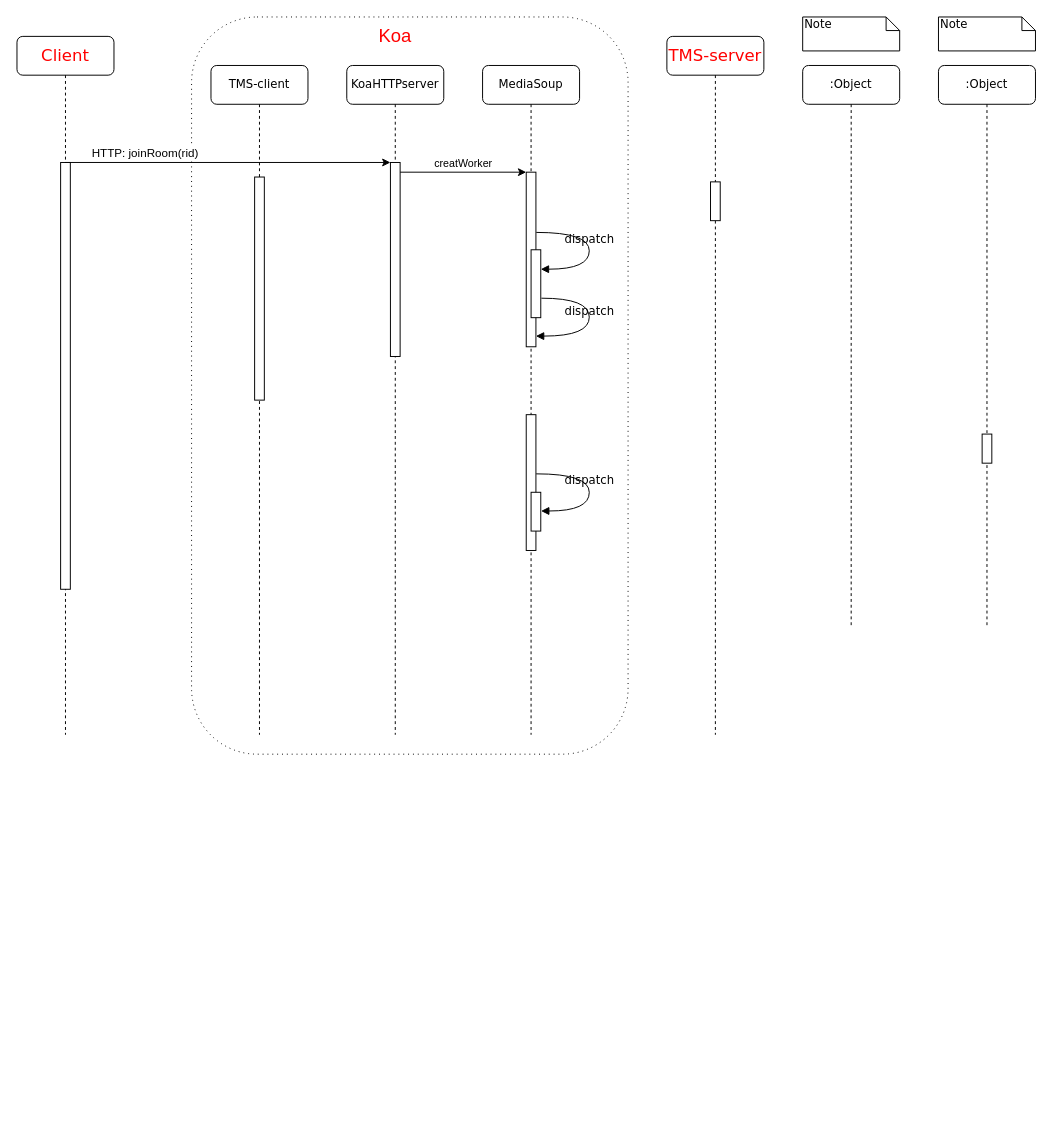
This is meet_Sequence.drawio from xuez10/Sequence-Diagram, a draw.io file, before an edit. Source tidied: cells renumbered, new cells numbered last; positions are measured from the earlier drawing's top-left corner, leaving out a move shared by most shapes. Both pictures are drawn from the tidied source at 97%, with x=0, y=0 at pixel (16, 16).
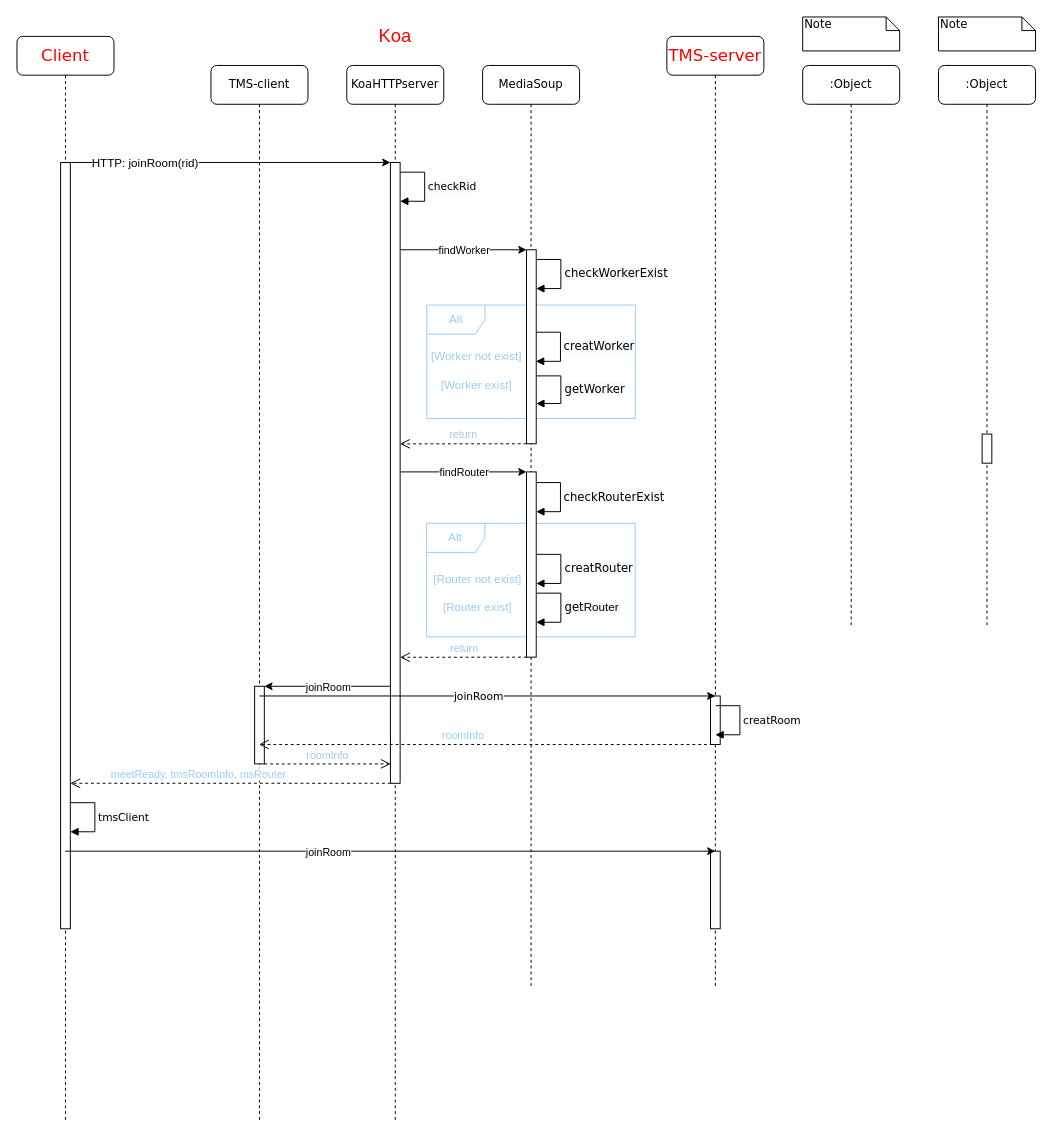
After the change.

Change to the diagram source:
```diff
@@
-    <mxCell id="2" style="rounded=1;whiteSpace=wrap;html=1;dashed=1;dashPattern=1 4;fillColor=none;" parent="1" vertex="1">
-      <mxGeometry x="180" width="450" height="760" as="geometry" />
-    </mxCell>
+    <mxCell id="29" value="Alt" style="shape=umlFrame;whiteSpace=wrap;html=1;rounded=1;fillColor=none;fontColor=#99CCFF;strokeColor=#99CCFF;" parent="1" vertex="1">
+      <mxGeometry x="422.5" y="297" width="215" height="117" as="geometry" />
+    </mxCell>
     <mxCell id="3" value="TMS-client" style="shape=umlLifeline;perimeter=lifelinePerimeter;whiteSpace=wrap;html=1;outlineConnect=0;rounded=1;shadow=0;comic=0;labelBackgroundColor=none;strokeWidth=1;fontFamily=Verdana;fontSize=12;align=center;" parent="1" vertex="1">
-      <mxGeometry x="200" y="50" width="100" height="690" as="geometry" />
+      <mxGeometry x="200" y="50" width="100" height="1090" as="geometry" />
     </mxCell>
     <mxCell id="4" style="html=1;perimeter=orthogonalPerimeter;rounded=0;shadow=0;comic=0;labelBackgroundColor=none;strokeWidth=1;fontFamily=Verdana;fontSize=12;align=center;" parent="3" vertex="1">
-      <mxGeometry x="45" y="115" width="10" height="230" as="geometry" />
+      <mxGeometry x="45" y="640" width="10" height="80" as="geometry" />
     </mxCell>
     <mxCell id="5" value="KoaHTTPserver" style="shape=umlLifeline;perimeter=lifelinePerimeter;whiteSpace=wrap;html=1;rounded=1;shadow=0;comic=0;labelBackgroundColor=none;strokeWidth=1;fontFamily=Verdana;fontSize=12;align=center;" parent="1" vertex="1">
-      <mxGeometry x="340" y="50" width="100" height="690" as="geometry" />
+      <mxGeometry x="340" y="50" width="100" height="1090" as="geometry" />
     </mxCell>
     <mxCell id="6" style="html=1;points=[];perimeter=orthogonalPerimeter;rounded=0;shadow=0;comic=0;labelBackgroundColor=none;strokeWidth=1;fontFamily=Verdana;fontSize=12;align=center;" parent="5" vertex="1">
-      <mxGeometry x="45" y="100" width="10" height="200" as="geometry" />
+      <mxGeometry x="45" y="100" width="10" height="640" as="geometry" />
     </mxCell>
     <mxCell id="7" value="MediaSoup" style="shape=umlLifeline;perimeter=lifelinePerimeter;whiteSpace=wrap;html=1;rounded=1;shadow=0;comic=0;labelBackgroundColor=none;strokeWidth=1;fontFamily=Verdana;fontSize=12;align=center;" parent="1" vertex="1">
-      <mxGeometry x="480" y="50" width="100" height="690" as="geometry" />
+      <mxGeometry x="480" y="50" width="100" height="950" as="geometry" />
     </mxCell>
     <mxCell id="8" value="TMS-server" style="shape=umlLifeline;perimeter=lifelinePerimeter;whiteSpace=wrap;html=1;rounded=1;shadow=0;comic=0;labelBackgroundColor=none;strokeWidth=1;fontFamily=Verdana;fontSize=17;align=center;fontColor=#FF0000;" parent="1" vertex="1">
-      <mxGeometry x="670" y="20" width="100" height="720" as="geometry" />
+      <mxGeometry x="670" y="20" width="100" height="980" as="geometry" />
     </mxCell>
+    <mxCell id="14" style="html=1;perimeter=orthogonalPerimeter;rounded=0;shadow=0;comic=0;labelBackgroundColor=none;strokeWidth=1;fontFamily=Verdana;fontSize=12;align=center;" parent="8" vertex="1">
+      <mxGeometry x="45" y="840" width="10" height="80" as="geometry" />
+    </mxCell>
+    <mxCell id="30" style="html=1;perimeter=orthogonalPerimeter;rounded=0;shadow=0;comic=0;labelBackgroundColor=none;strokeWidth=1;fontFamily=Verdana;fontSize=12;align=center;" parent="8" vertex="1">
+      <mxGeometry x="45" y="680" width="10" height="50" as="geometry" />
+    </mxCell>
@@
     <mxCell id="11" value="Client" style="shape=umlLifeline;perimeter=lifelinePerimeter;whiteSpace=wrap;html=1;outlineConnect=0;rounded=1;shadow=0;comic=0;labelBackgroundColor=none;strokeWidth=1;fontFamily=Verdana;fontSize=17;align=center;fontColor=#FF0000;" parent="1" vertex="1">
-      <mxGeometry y="20" width="100" height="720" as="geometry" />
+      <mxGeometry y="20" width="100" height="1120" as="geometry" />
     </mxCell>
     <mxCell id="12" style="html=1;perimeter=orthogonalPerimeter;rounded=0;shadow=0;comic=0;labelBackgroundColor=none;strokeWidth=1;fontFamily=Verdana;fontSize=12;align=center;" parent="11" vertex="1">
-      <mxGeometry x="45" y="130" width="10" height="440" as="geometry" />
+      <mxGeometry x="45" y="130" width="10" height="790" as="geometry" />
     </mxCell>
     <mxCell id="13" style="html=1;points=[];perimeter=orthogonalPerimeter;rounded=0;shadow=0;comic=0;labelBackgroundColor=none;strokeWidth=1;fontFamily=Verdana;fontSize=12;align=center;" parent="1" vertex="1">
-      <mxGeometry x="525" y="160" width="10" height="180" as="geometry" />
+      <mxGeometry x="525.3" y="240" width="10" height="200" as="geometry" />
     </mxCell>
-    <mxCell id="14" style="html=1;perimeter=orthogonalPerimeter;rounded=0;shadow=0;comic=0;labelBackgroundColor=none;strokeWidth=1;fontFamily=Verdana;fontSize=12;align=center;" parent="1" vertex="1">
-      <mxGeometry x="715" y="170" width="10" height="40" as="geometry" />
-    </mxCell>
-    <mxCell id="15" style="html=1;perimeter=orthogonalPerimeter;rounded=0;shadow=0;comic=0;labelBackgroundColor=none;strokeWidth=1;fontFamily=Verdana;fontSize=12;align=center;" parent="1" vertex="1">
-      <mxGeometry x="525" y="410" width="10" height="140" as="geometry" />
-    </mxCell>
@@
-    <mxCell id="17" style="html=1;points=[];perimeter=orthogonalPerimeter;rounded=0;shadow=0;comic=0;labelBackgroundColor=none;strokeWidth=1;fontFamily=Verdana;fontSize=12;align=center;" parent="1" vertex="1">
-      <mxGeometry x="530" y="240" width="10" height="70" as="geometry" />
-    </mxCell>
-    <mxCell id="18" value="dispatch" style="html=1;verticalAlign=bottom;endArrow=block;labelBackgroundColor=none;fontFamily=Verdana;fontSize=12;elbow=vertical;edgeStyle=orthogonalEdgeStyle;curved=1;entryX=1;entryY=0.286;entryPerimeter=0;exitX=1.038;exitY=0.345;exitPerimeter=0;" parent="1" edge="1" source="13" target="17">
-      <mxGeometry relative="1" as="geometry">
-        <Array as="points">
-          <mxPoint x="590" y="222" />
-          <mxPoint x="590" y="260" />
-        </Array>
-      </mxGeometry>
-    </mxCell>
-    <mxCell id="19" value="dispatch" style="html=1;verticalAlign=bottom;endArrow=block;labelBackgroundColor=none;fontFamily=Verdana;fontSize=12;elbow=vertical;edgeStyle=orthogonalEdgeStyle;curved=1;exitX=1.066;exitY=0.713;exitPerimeter=0;" parent="1" edge="1" source="17">
-      <mxGeometry relative="1" as="geometry">
-        <mxPoint x="535" y="329" as="targetPoint" />
-        <Array as="points">
-          <mxPoint x="590" y="290" />
-          <mxPoint x="590" y="329" />
-        </Array>
-      </mxGeometry>
-    </mxCell>
-    <mxCell id="20" style="html=1;perimeter=orthogonalPerimeter;rounded=0;shadow=0;comic=0;labelBackgroundColor=none;strokeWidth=1;fontFamily=Verdana;fontSize=12;align=center;" parent="1" vertex="1">
-      <mxGeometry x="530" y="490" width="10" height="40" as="geometry" />
-    </mxCell>
-    <mxCell id="21" value="dispatch" style="html=1;verticalAlign=bottom;endArrow=block;labelBackgroundColor=none;fontFamily=Verdana;fontSize=12;elbow=vertical;edgeStyle=orthogonalEdgeStyle;curved=1;entryX=1;entryY=0.286;entryPerimeter=0;exitX=1.038;exitY=0.345;exitPerimeter=0;" parent="1" edge="1">
-      <mxGeometry relative="1" as="geometry">
-        <mxPoint x="535.3" y="471" as="sourcePoint" />
-        <mxPoint x="540.3" y="509.3" as="targetPoint" />
-        <Array as="points">
-          <mxPoint x="590" y="471" />
-          <mxPoint x="590" y="509" />
-        </Array>
-      </mxGeometry>
-    </mxCell>
@@
-    <mxCell id="25" style="endArrow=classic;html=1;fontSize=17;fontColor=#FF0000;entryX=0;entryY=0;entryDx=0;entryDy=0;entryPerimeter=0;" parent="1" edge="1" source="11" target="6">
-      <mxGeometry relative="1" as="geometry" />
+    <mxCell id="25" style="endArrow=classic;html=1;fontSize=17;fontColor=#FF0000;entryX=0;entryY=0;entryDx=0;entryDy=0;entryPerimeter=0;" parent="1" edge="1">
+      <mxGeometry relative="1" as="geometry">
+        <mxPoint x="49.7" y="150" as="sourcePoint" />
+        <mxPoint x="385" y="150" as="targetPoint" />
+      </mxGeometry>
     </mxCell>
     <mxCell id="26" value="HTTP: joinRoom(rid)" style="edgeLabel;html=1;align=center;verticalAlign=middle;fontSize=12;" parent="25" vertex="1">
       <mxGeometry x="-0.06" relative="1" as="geometry">
-        <mxPoint x="-76.3" y="-10" as="offset" />
+        <mxPoint x="-76.3" as="offset" />
       </mxGeometry>
     </mxCell>
-    <mxCell id="27" style="endArrow=classic;html=1;entryX=0;entryY=0;entryDx=0;entryDy=0;entryPerimeter=0;" parent="1" edge="1" source="6" target="13">
-      <mxGeometry relative="1" as="geometry" />
+    <mxCell id="27" style="endArrow=classic;html=1;entryX=0;entryY=0;entryDx=0;entryDy=0;entryPerimeter=0;" parent="1" edge="1" target="13">
+      <mxGeometry relative="1" as="geometry">
+        <mxPoint x="395.3" y="240" as="sourcePoint" />
+      </mxGeometry>
     </mxCell>
-    <mxCell id="28" value="creatWorker" style="edgeLabel;html=1;align=center;verticalAlign=middle;" parent="27" vertex="1">
+    <mxCell id="28" value="findWorker" style="edgeLabel;html=1;align=center;verticalAlign=middle;" parent="27" vertex="1">
       <mxGeometry x="-0.24" y="-1" relative="1" as="geometry">
-        <mxPoint x="15.8" y="-11" as="offset" />
+        <mxPoint x="16" y="-1" as="offset" />
       </mxGeometry>
     </mxCell>
+    <mxCell id="31" value="return" style="html=1;verticalAlign=bottom;endArrow=open;dashed=1;endSize=8;fontColor=#99CCFF;entryX=0.967;entryY=0.947;entryDx=0;entryDy=0;entryPerimeter=0;" parent="1" edge="1">
+      <mxGeometry relative="1" as="geometry">
+        <mxPoint x="525.3" y="440" as="sourcePoint" />
+        <mxPoint x="395" y="440.1" as="targetPoint" />
+      </mxGeometry>
+    </mxCell>
+    <mxCell id="32" value="Alt" style="shape=umlFrame;whiteSpace=wrap;html=1;rounded=1;fillColor=none;fontColor=#99CCFF;strokeColor=#99CCFF;" parent="1" vertex="1">
+      <mxGeometry x="422.3" y="522" width="215" height="117" as="geometry" />
+    </mxCell>
+    <mxCell id="33" value="[Router not exist]" style="text;html=1;strokeColor=none;fillColor=none;align=center;verticalAlign=middle;whiteSpace=wrap;rounded=0;dashed=1;dashPattern=1 4;fontColor=#99CCFF;" parent="1" vertex="1">
+      <mxGeometry x="425.3" y="570" width="99.7" height="20" as="geometry" />
+    </mxCell>
+    <mxCell id="34" value="[Router exist]" style="text;html=1;strokeColor=none;fillColor=none;align=center;verticalAlign=middle;whiteSpace=wrap;rounded=0;dashed=1;dashPattern=1 4;fontColor=#99CCFF;" parent="1" vertex="1">
+      <mxGeometry x="425.3" y="599" width="100" height="20" as="geometry" />
+    </mxCell>
+    <mxCell id="35" style="html=1;perimeter=orthogonalPerimeter;rounded=0;shadow=0;comic=0;labelBackgroundColor=none;strokeWidth=1;fontFamily=Verdana;fontSize=12;align=center;" parent="1" vertex="1">
+      <mxGeometry x="525.3" y="469" width="10" height="191" as="geometry" />
+    </mxCell>
+    <mxCell id="36" value="return" style="html=1;verticalAlign=bottom;endArrow=open;dashed=1;endSize=8;fontColor=#99CCFF;entryX=0.967;entryY=0.947;entryDx=0;entryDy=0;entryPerimeter=0;" parent="1" edge="1">
+      <mxGeometry relative="1" as="geometry">
+        <mxPoint x="525.5" y="660" as="sourcePoint" />
+        <mxPoint x="395.1" y="660.1" as="targetPoint" />
+      </mxGeometry>
+    </mxCell>
+    <mxCell id="37" value="&lt;span style=&quot;color: rgb(0 , 0 , 0) ; font-family: &amp;#34;verdana&amp;#34; ; font-size: 12px ; text-align: center ; background-color: rgb(248 , 249 , 250)&quot;&gt;checkWorkerExist&lt;/span&gt;" style="edgeStyle=orthogonalEdgeStyle;html=1;align=left;spacingLeft=2;endArrow=block;rounded=0;fontColor=#99CCFF;" parent="1" edge="1">
+      <mxGeometry relative="1" as="geometry">
+        <mxPoint x="535.7" y="250" as="sourcePoint" />
+        <mxPoint x="535.3" y="280" as="targetPoint" />
+        <Array as="points">
+          <mxPoint x="560.7" y="250" />
+        </Array>
+      </mxGeometry>
+    </mxCell>
+    <mxCell id="38" value="&lt;span style=&quot;color: rgb(0 , 0 , 0) ; font-family: &amp;#34;verdana&amp;#34; ; font-size: 12px ; text-align: center ; background-color: rgb(248 , 249 , 250)&quot;&gt;checkRouterExist&lt;/span&gt;" style="edgeStyle=orthogonalEdgeStyle;html=1;align=left;spacingLeft=2;endArrow=block;rounded=0;fontColor=#99CCFF;" parent="1" edge="1">
+      <mxGeometry relative="1" as="geometry">
+        <mxPoint x="535.3" y="480" as="sourcePoint" />
+        <mxPoint x="535.3" y="510" as="targetPoint" />
+        <Array as="points">
+          <mxPoint x="560.3" y="480" />
+        </Array>
+      </mxGeometry>
+    </mxCell>
+    <mxCell id="39" value="&lt;span style=&quot;color: rgb(0 , 0 , 0) ; font-family: &amp;#34;verdana&amp;#34; ; font-size: 12px ; text-align: center ; background-color: rgb(248 , 249 , 250)&quot;&gt;creatRouter&lt;/span&gt;" style="edgeStyle=orthogonalEdgeStyle;html=1;align=left;spacingLeft=2;endArrow=block;rounded=0;fontColor=#99CCFF;" parent="1" edge="1">
+      <mxGeometry relative="1" as="geometry">
+        <mxPoint x="535.7" y="554" as="sourcePoint" />
+        <mxPoint x="535.3" y="584" as="targetPoint" />
+        <Array as="points">
+          <mxPoint x="560.7" y="554" />
+        </Array>
+      </mxGeometry>
+    </mxCell>
+    <mxCell id="40" value="&lt;span style=&quot;color: rgb(0 , 0 , 0) ; font-family: &amp;#34;verdana&amp;#34; ; font-size: 12px ; text-align: center ; background-color: rgb(248 , 249 , 250)&quot;&gt;get&lt;/span&gt;&lt;span style=&quot;color: rgb(0 , 0 , 0) ; font-size: 12px ; text-align: center ; background-color: rgb(248 , 249 , 250) ; font-family: &amp;#34;helvetica&amp;#34;&quot;&gt;Router&lt;/span&gt;" style="edgeStyle=orthogonalEdgeStyle;html=1;align=left;spacingLeft=2;endArrow=block;rounded=0;fontColor=#99CCFF;" parent="1" edge="1">
+      <mxGeometry relative="1" as="geometry">
+        <mxPoint x="535.7" y="594" as="sourcePoint" />
+        <mxPoint x="535.3" y="624" as="targetPoint" />
+        <Array as="points">
+          <mxPoint x="560.7" y="594" />
+        </Array>
+      </mxGeometry>
+    </mxCell>
+    <mxCell id="41" value="&lt;span style=&quot;color: rgb(0 , 0 , 0) ; font-family: &amp;#34;verdana&amp;#34; ; font-size: 12px ; text-align: center ; background-color: rgb(248 , 249 , 250)&quot;&gt;creatWorker&lt;/span&gt;" style="edgeStyle=orthogonalEdgeStyle;html=1;align=left;spacingLeft=2;endArrow=block;rounded=0;fontColor=#99CCFF;" parent="1" edge="1">
+      <mxGeometry relative="1" as="geometry">
+        <mxPoint x="535.3" y="325" as="sourcePoint" />
+        <mxPoint x="535" y="355" as="targetPoint" />
+        <Array as="points">
+          <mxPoint x="560.3" y="325" />
+        </Array>
+      </mxGeometry>
+    </mxCell>
+    <mxCell id="42" value="[Worker not exist]" style="text;html=1;strokeColor=none;fillColor=none;align=center;verticalAlign=middle;whiteSpace=wrap;rounded=0;dashed=1;dashPattern=1 4;fontColor=#99CCFF;" parent="1" vertex="1">
+      <mxGeometry x="425.3" y="340" width="97.5" height="20" as="geometry" />
+    </mxCell>
+    <mxCell id="43" value="[Worker exist]" style="text;html=1;strokeColor=none;fillColor=none;align=center;verticalAlign=middle;whiteSpace=wrap;rounded=0;dashed=1;dashPattern=1 4;fontColor=#99CCFF;" parent="1" vertex="1">
+      <mxGeometry x="424.1" y="370" width="100" height="20" as="geometry" />
+    </mxCell>
+    <mxCell id="44" value="&lt;span style=&quot;color: rgb(0 , 0 , 0) ; font-family: &amp;#34;verdana&amp;#34; ; font-size: 12px ; text-align: center ; background-color: rgb(248 , 249 , 250)&quot;&gt;getWorker&lt;/span&gt;" style="edgeStyle=orthogonalEdgeStyle;html=1;align=left;spacingLeft=2;endArrow=block;rounded=0;fontColor=#99CCFF;" parent="1" edge="1">
+      <mxGeometry relative="1" as="geometry">
+        <mxPoint x="535.7" y="370" as="sourcePoint" />
+        <mxPoint x="535.3" y="398.5" as="targetPoint" />
+        <Array as="points">
+          <mxPoint x="560.7" y="370" />
+        </Array>
+      </mxGeometry>
+    </mxCell>
+    <mxCell id="45" value="&lt;div style=&quot;text-align: center&quot;&gt;&lt;font color=&quot;#000000&quot; face=&quot;verdana&quot;&gt;&lt;span style=&quot;background-color: rgb(248 , 249 , 250)&quot;&gt;checkRid&lt;/span&gt;&lt;/font&gt;&lt;/div&gt;" style="edgeStyle=orthogonalEdgeStyle;html=1;align=left;spacingLeft=2;endArrow=block;rounded=0;fontColor=#99CCFF;" parent="1" edge="1">
+      <mxGeometry relative="1" as="geometry">
+        <mxPoint x="395.3" y="160" as="sourcePoint" />
+        <mxPoint x="395" y="190" as="targetPoint" />
+        <Array as="points">
+          <mxPoint x="420.3" y="160" />
+        </Array>
+      </mxGeometry>
+    </mxCell>
+    <mxCell id="46" style="endArrow=classic;html=1;entryX=0;entryY=0;entryDx=0;entryDy=0;entryPerimeter=0;" parent="1" edge="1">
+      <mxGeometry relative="1" as="geometry">
+        <mxPoint x="385" y="690" as="sourcePoint" />
+        <mxPoint x="255" y="690" as="targetPoint" />
+      </mxGeometry>
+    </mxCell>
+    <mxCell id="47" value="joinRoom" style="edgeLabel;html=1;align=center;verticalAlign=middle;" parent="46" vertex="1">
+      <mxGeometry x="-0.24" y="-1" relative="1" as="geometry">
+        <mxPoint x="-15.9" y="1" as="offset" />
+      </mxGeometry>
+    </mxCell>
+    <mxCell id="48" value="roomInfo" style="html=1;verticalAlign=bottom;endArrow=open;dashed=1;endSize=8;fontColor=#99CCFF;entryX=0.967;entryY=0.947;entryDx=0;entryDy=0;entryPerimeter=0;" parent="1" edge="1">
+      <mxGeometry relative="1" as="geometry">
+        <mxPoint x="255" y="770.1" as="sourcePoint" />
+        <mxPoint x="385.3" y="770" as="targetPoint" />
+      </mxGeometry>
+    </mxCell>
+    <mxCell id="49" value="meetReady, tmsRoomInfo, msRouter" style="html=1;verticalAlign=bottom;endArrow=open;dashed=1;endSize=8;fontColor=#99CCFF;align=right;exitX=0.029;exitY=1;exitDx=0;exitDy=0;exitPerimeter=0;" parent="1" edge="1">
+      <mxGeometry x="-0.36" relative="1" as="geometry">
+        <mxPoint x="385.3" y="790" as="sourcePoint" />
+        <mxPoint x="55" y="790" as="targetPoint" />
+      </mxGeometry>
+    </mxCell>
+    <mxCell id="50" value="&lt;div style=&quot;text-align: center&quot;&gt;&lt;font color=&quot;#000000&quot; face=&quot;verdana&quot;&gt;&lt;span style=&quot;background-color: rgb(248 , 249 , 250)&quot;&gt;tmsClient&lt;/span&gt;&lt;/font&gt;&lt;/div&gt;" style="edgeStyle=orthogonalEdgeStyle;html=1;align=left;spacingLeft=2;endArrow=block;rounded=0;fontColor=#99CCFF;" parent="1" edge="1">
+      <mxGeometry relative="1" as="geometry">
+        <mxPoint x="55.3" y="810" as="sourcePoint" />
+        <mxPoint x="55" y="840" as="targetPoint" />
+        <Array as="points">
+          <mxPoint x="80.3" y="810" />
+        </Array>
+      </mxGeometry>
+    </mxCell>
+    <mxCell id="51" style="endArrow=classic;html=1;entryX=0;entryY=0;entryDx=0;entryDy=0;entryPerimeter=0;" parent="1" edge="1">
+      <mxGeometry relative="1" as="geometry">
+        <mxPoint x="49.7" y="860" as="sourcePoint" />
+        <mxPoint x="720" y="860" as="targetPoint" />
+      </mxGeometry>
+    </mxCell>
+    <mxCell id="52" value="joinRoom" style="edgeLabel;html=1;align=center;verticalAlign=middle;" parent="51" vertex="1">
+      <mxGeometry x="-0.24" y="-1" relative="1" as="geometry">
+        <mxPoint x="15.8" y="-1" as="offset" />
+      </mxGeometry>
+    </mxCell>
+    <mxCell id="53" style="endArrow=classic;html=1;" parent="1" edge="1">
+      <mxGeometry relative="1" as="geometry">
+        <mxPoint x="250" y="700" as="sourcePoint" />
+        <mxPoint x="720" y="700" as="targetPoint" />
+      </mxGeometry>
+    </mxCell>
+    <mxCell id="54" value="&lt;span style=&quot;font-family: &amp;#34;verdana&amp;#34; ; text-align: right ; background-color: rgb(248 , 249 , 250)&quot;&gt;joinRoom&lt;/span&gt;" style="edgeLabel;html=1;align=center;verticalAlign=middle;" parent="53" vertex="1">
+      <mxGeometry x="-0.24" y="-1" relative="1" as="geometry">
+        <mxPoint x="46.1" y="-1" as="offset" />
+      </mxGeometry>
+    </mxCell>
+    <mxCell id="55" value="&lt;div style=&quot;text-align: center&quot;&gt;&lt;font color=&quot;#000000&quot; face=&quot;verdana&quot;&gt;&lt;span style=&quot;background-color: rgb(248 , 249 , 250)&quot;&gt;creatRoom&lt;/span&gt;&lt;/font&gt;&lt;/div&gt;" style="edgeStyle=orthogonalEdgeStyle;html=1;align=left;spacingLeft=2;endArrow=block;rounded=0;fontColor=#99CCFF;" parent="1" edge="1">
+      <mxGeometry relative="1" as="geometry">
+        <mxPoint x="720.3" y="710" as="sourcePoint" />
+        <mxPoint x="720" y="740" as="targetPoint" />
+        <Array as="points">
+          <mxPoint x="745.3" y="710" />
+        </Array>
+      </mxGeometry>
+    </mxCell>
+    <mxCell id="56" value="&lt;span style=&quot;text-align: center&quot;&gt;roomInfo&lt;/span&gt;" style="html=1;verticalAlign=bottom;endArrow=open;dashed=1;endSize=8;fontColor=#99CCFF;align=right;" parent="1" edge="1" target="3">
+      <mxGeometry relative="1" as="geometry">
+        <mxPoint x="717.3" y="750" as="sourcePoint" />
+      </mxGeometry>
+    </mxCell>
+    <mxCell id="57" style="endArrow=classic;html=1;entryX=0;entryY=0;entryDx=0;entryDy=0;entryPerimeter=0;" parent="1" edge="1">
+      <mxGeometry relative="1" as="geometry">
+        <mxPoint x="395.3" y="469" as="sourcePoint" />
+        <mxPoint x="525.3" y="469" as="targetPoint" />
+      </mxGeometry>
+    </mxCell>
+    <mxCell id="58" value="findRouter" style="edgeLabel;html=1;align=center;verticalAlign=middle;" parent="57" vertex="1">
+      <mxGeometry x="-0.24" y="-1" relative="1" as="geometry">
+        <mxPoint x="16" y="-1" as="offset" />
+      </mxGeometry>
+    </mxCell>
```
